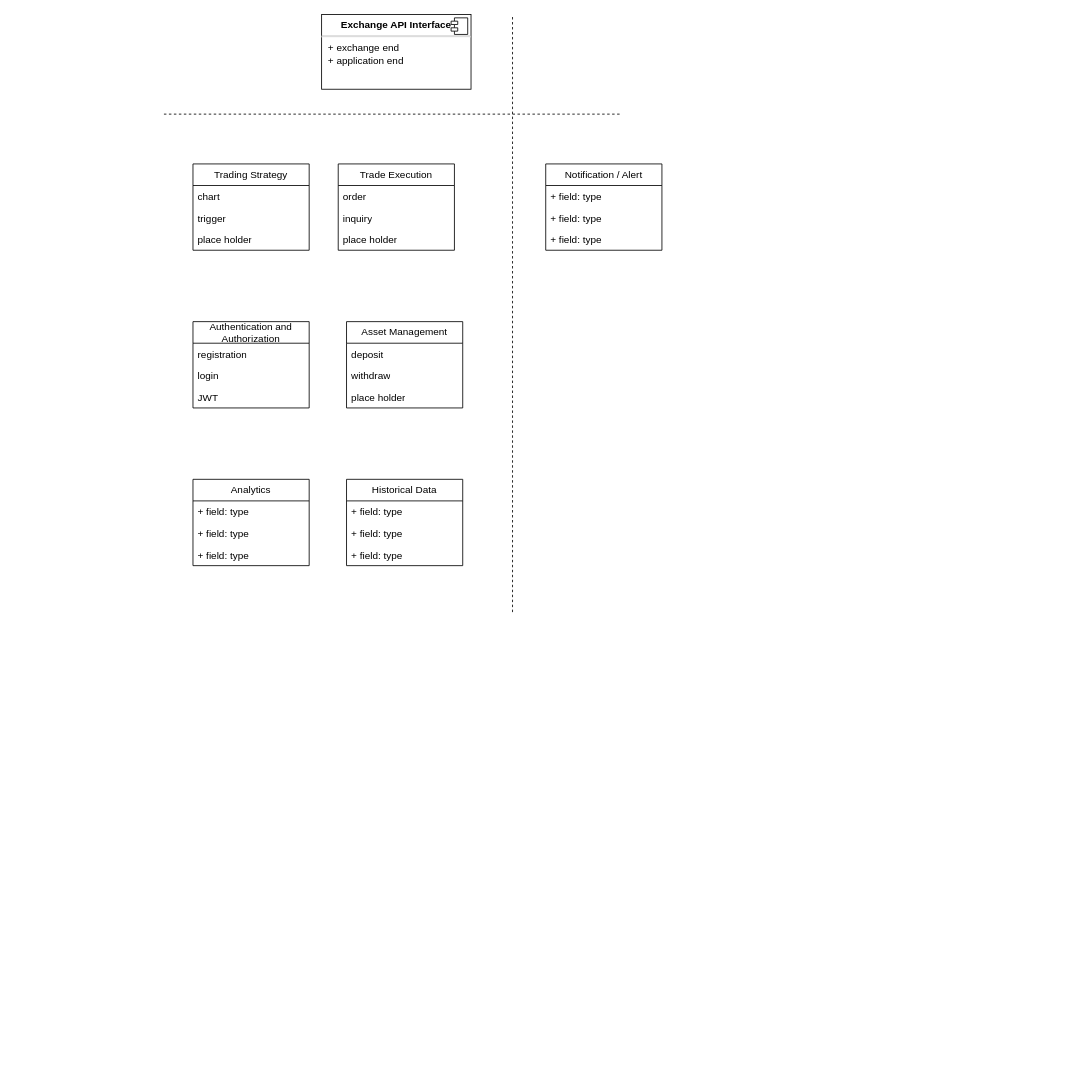
Above: Trading.drawio in PiperZzz/JavaSpringBoot (draw.io), before the change. Source tidied: cells renumbered, new cells numbered last; positions are measured from the earlier drawing's top-left corner, leaving out a move shared by most shapes. Both pictures are drawn from the tidied source at 83%, with x=0, y=0 at pixel (164, 14).
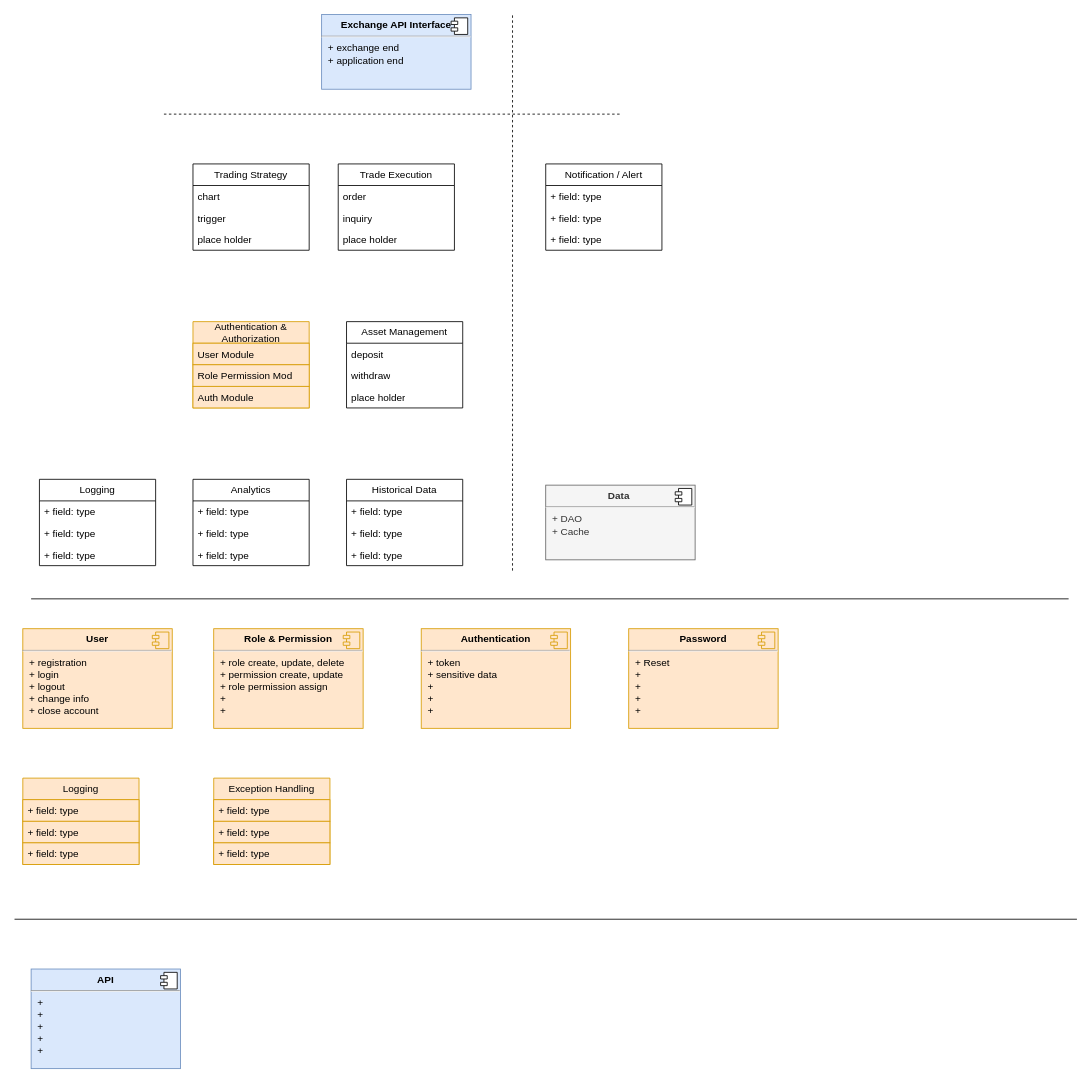
The same diagram, later.

What changed in the source:
```diff
@@
-    <mxCell id="6" value="&lt;p style=&quot;margin:0px;margin-top:6px;text-align:center;&quot;&gt;&lt;b&gt;Exchange API Interface&lt;/b&gt;&lt;/p&gt;&lt;hr&gt;&lt;p style=&quot;margin:0px;margin-left:8px;&quot;&gt;+ exchange end&lt;br&gt;+ application end&lt;/p&gt;" style="align=left;overflow=fill;html=1;whiteSpace=wrap;" parent="1" vertex="1">
+    <mxCell id="6" value="&lt;p style=&quot;margin:0px;margin-top:6px;text-align:center;&quot;&gt;&lt;b&gt;Exchange API Interface&lt;/b&gt;&lt;/p&gt;&lt;hr&gt;&lt;p style=&quot;margin:0px;margin-left:8px;&quot;&gt;+ exchange end&lt;br&gt;+ application end&lt;/p&gt;" style="align=left;overflow=fill;html=1;whiteSpace=wrap;fillColor=#dae8fc;strokeColor=#6c8ebf;" parent="1" vertex="1">
       <mxGeometry x="190" width="180" height="90" as="geometry" />
     </mxCell>
@@
-    <mxCell id="12" value="Authentication and Authorization " style="swimlane;fontStyle=0;horizontal=1;startSize=26;fillColor=none;whiteSpace=wrap;html=1;" parent="1" vertex="1">
+    <mxCell id="12" value="Authentication &amp;amp; Authorization " style="swimlane;fontStyle=0;horizontal=1;startSize=26;fillColor=#ffe6cc;whiteSpace=wrap;html=1;strokeColor=#d79b00;" parent="1" vertex="1">
       <mxGeometry x="35" y="370" width="140" height="104" as="geometry" />
     </mxCell>
-    <mxCell id="13" value="registration" style="text;strokeColor=none;fillColor=none;align=left;verticalAlign=top;spacingLeft=4;spacingRight=4;overflow=hidden;whiteSpace=wrap;html=1;" parent="12" vertex="1">
+    <mxCell id="13" value="User Module" style="text;strokeColor=#d79b00;fillColor=#ffe6cc;align=left;verticalAlign=top;spacingLeft=4;spacingRight=4;overflow=hidden;whiteSpace=wrap;html=1;" parent="12" vertex="1">
       <mxGeometry y="26" width="140" height="26" as="geometry" />
     </mxCell>
-    <mxCell id="14" value="login" style="text;strokeColor=none;fillColor=none;align=left;verticalAlign=top;spacingLeft=4;spacingRight=4;overflow=hidden;whiteSpace=wrap;html=1;" parent="12" vertex="1">
+    <mxCell id="14" value="Role Permission Mod" style="text;strokeColor=#d79b00;fillColor=#ffe6cc;align=left;verticalAlign=top;spacingLeft=4;spacingRight=4;overflow=hidden;whiteSpace=wrap;html=1;" parent="12" vertex="1">
       <mxGeometry y="52" width="140" height="26" as="geometry" />
     </mxCell>
-    <mxCell id="15" value="JWT" style="text;strokeColor=none;fillColor=none;align=left;verticalAlign=top;spacingLeft=4;spacingRight=4;overflow=hidden;whiteSpace=wrap;html=1;" parent="12" vertex="1">
+    <mxCell id="15" value="Auth Module" style="text;strokeColor=#d79b00;fillColor=#ffe6cc;align=left;verticalAlign=top;spacingLeft=4;spacingRight=4;overflow=hidden;whiteSpace=wrap;html=1;" parent="12" vertex="1">
       <mxGeometry y="78" width="140" height="26" as="geometry" />
     </mxCell>
@@
     <mxCell id="33" style="endArrow=none;dashed=1;html=1;rounded=0;" parent="1" edge="1">
       <mxGeometry relative="1" as="geometry">
-        <mxPoint x="420" y="720" as="sourcePoint" />
+        <mxPoint x="420" y="670" as="sourcePoint" />
         <mxPoint x="420" as="targetPoint" />
       </mxGeometry>
     </mxCell>
@@
+    <mxCell id="35" style="line;strokeWidth=1;fillColor=none;align=left;verticalAlign=middle;spacingTop=-1;spacingLeft=3;spacingRight=3;labelPosition=right;strokeColor=inherit;" parent="1" vertex="1">
+      <mxGeometry x="-160" y="700" width="1250" height="8" as="geometry" />
+    </mxCell>
+    <mxCell id="36" value="&lt;p style=&quot;margin:0px;margin-top:6px;text-align:center;&quot;&gt;&lt;b&gt;User&lt;/b&gt;&lt;/p&gt;&lt;hr&gt;&lt;p style=&quot;margin:0px;margin-left:8px;&quot;&gt;+ registration&lt;br&gt;+ login&lt;/p&gt;&lt;p style=&quot;margin:0px;margin-left:8px;&quot;&gt;+ logout&lt;/p&gt;&lt;p style=&quot;margin:0px;margin-left:8px;&quot;&gt;+ change info&lt;/p&gt;&lt;p style=&quot;margin:0px;margin-left:8px;&quot;&gt;+ close account&lt;/p&gt;" style="align=left;overflow=fill;html=1;whiteSpace=wrap;fillColor=#ffe6cc;strokeColor=#d79b00;" parent="1" vertex="1">
+      <mxGeometry x="-170" y="740" width="180" height="120" as="geometry" />
+    </mxCell>
+    <mxCell id="37" style="shape=component;jettyWidth=8;jettyHeight=4;fillColor=#ffe6cc;strokeColor=#d79b00;" parent="36" vertex="1">
+      <mxGeometry x="1" width="20" height="20" relative="1" as="geometry">
+        <mxPoint x="-24" y="4" as="offset" />
+      </mxGeometry>
+    </mxCell>
+    <mxCell id="38" value="&lt;p style=&quot;margin:0px;margin-top:6px;text-align:center;&quot;&gt;&lt;b&gt;Role &amp;amp; Permission&lt;/b&gt;&lt;/p&gt;&lt;hr&gt;&lt;p style=&quot;margin:0px;margin-left:8px;&quot;&gt;+ role create, update, delete&lt;br&gt;+ permission create, update&lt;/p&gt;&lt;p style=&quot;margin:0px;margin-left:8px;&quot;&gt;+ role permission assign&lt;/p&gt;&lt;p style=&quot;margin:0px;margin-left:8px;&quot;&gt;+&amp;nbsp;&lt;/p&gt;&lt;p style=&quot;margin:0px;margin-left:8px;&quot;&gt;+&amp;nbsp;&lt;/p&gt;" style="align=left;overflow=fill;html=1;whiteSpace=wrap;fillColor=#ffe6cc;strokeColor=#d79b00;" parent="1" vertex="1">
+      <mxGeometry x="60" y="740" width="180" height="120" as="geometry" />
+    </mxCell>
+    <mxCell id="39" style="shape=component;jettyWidth=8;jettyHeight=4;fillColor=#ffe6cc;strokeColor=#d79b00;" parent="38" vertex="1">
+      <mxGeometry x="1" width="20" height="20" relative="1" as="geometry">
+        <mxPoint x="-24" y="4" as="offset" />
+      </mxGeometry>
+    </mxCell>
+    <mxCell id="40" value="&lt;p style=&quot;margin:0px;margin-top:6px;text-align:center;&quot;&gt;&lt;b&gt;Authentication&lt;/b&gt;&lt;/p&gt;&lt;hr&gt;&lt;p style=&quot;margin:0px;margin-left:8px;&quot;&gt;+ token&lt;br&gt;+ sensitive data&lt;/p&gt;&lt;p style=&quot;margin:0px;margin-left:8px;&quot;&gt;+&amp;nbsp;&lt;/p&gt;&lt;p style=&quot;margin:0px;margin-left:8px;&quot;&gt;+&amp;nbsp;&lt;/p&gt;&lt;p style=&quot;margin:0px;margin-left:8px;&quot;&gt;+&amp;nbsp;&lt;/p&gt;" style="align=left;overflow=fill;html=1;whiteSpace=wrap;fillColor=#ffe6cc;strokeColor=#d79b00;" parent="1" vertex="1">
+      <mxGeometry x="310" y="740" width="180" height="120" as="geometry" />
+    </mxCell>
+    <mxCell id="41" style="shape=component;jettyWidth=8;jettyHeight=4;fillColor=#ffe6cc;strokeColor=#d79b00;" parent="40" vertex="1">
+      <mxGeometry x="1" width="20" height="20" relative="1" as="geometry">
+        <mxPoint x="-24" y="4" as="offset" />
+      </mxGeometry>
+    </mxCell>
+    <mxCell id="42" value="&lt;p style=&quot;margin:0px;margin-top:6px;text-align:center;&quot;&gt;&lt;b&gt;Password&lt;/b&gt;&lt;/p&gt;&lt;hr&gt;&lt;p style=&quot;margin:0px;margin-left:8px;&quot;&gt;+ Reset&lt;br&gt;+&amp;nbsp;&lt;/p&gt;&lt;p style=&quot;margin:0px;margin-left:8px;&quot;&gt;+&amp;nbsp;&lt;/p&gt;&lt;p style=&quot;margin:0px;margin-left:8px;&quot;&gt;+&amp;nbsp;&lt;/p&gt;&lt;p style=&quot;margin:0px;margin-left:8px;&quot;&gt;+&amp;nbsp;&lt;/p&gt;" style="align=left;overflow=fill;html=1;whiteSpace=wrap;fillColor=#ffe6cc;strokeColor=#d79b00;" parent="1" vertex="1">
+      <mxGeometry x="560" y="740" width="180" height="120" as="geometry" />
+    </mxCell>
+    <mxCell id="43" style="shape=component;jettyWidth=8;jettyHeight=4;fillColor=#ffe6cc;strokeColor=#d79b00;" parent="42" vertex="1">
+      <mxGeometry x="1" width="20" height="20" relative="1" as="geometry">
+        <mxPoint x="-24" y="4" as="offset" />
+      </mxGeometry>
+    </mxCell>
+    <mxCell id="44" value="Logging" style="swimlane;fontStyle=0;horizontal=1;startSize=26;fillColor=none;whiteSpace=wrap;html=1;" parent="1" vertex="1">
+      <mxGeometry x="-150" y="560" width="140" height="104" as="geometry" />
+    </mxCell>
+    <mxCell id="45" value="+ field: type" style="text;strokeColor=none;fillColor=none;align=left;verticalAlign=top;spacingLeft=4;spacingRight=4;overflow=hidden;whiteSpace=wrap;html=1;" parent="44" vertex="1">
+      <mxGeometry y="26" width="140" height="26" as="geometry" />
+    </mxCell>
+    <mxCell id="46" value="+ field: type" style="text;strokeColor=none;fillColor=none;align=left;verticalAlign=top;spacingLeft=4;spacingRight=4;overflow=hidden;whiteSpace=wrap;html=1;" parent="44" vertex="1">
+      <mxGeometry y="52" width="140" height="26" as="geometry" />
+    </mxCell>
+    <mxCell id="47" value="+ field: type" style="text;strokeColor=none;fillColor=none;align=left;verticalAlign=top;spacingLeft=4;spacingRight=4;overflow=hidden;whiteSpace=wrap;html=1;" parent="44" vertex="1">
+      <mxGeometry y="78" width="140" height="26" as="geometry" />
+    </mxCell>
+    <mxCell id="48" value="Logging" style="swimlane;fontStyle=0;horizontal=1;startSize=26;fillColor=#ffe6cc;whiteSpace=wrap;html=1;strokeColor=#d79b00;" parent="1" vertex="1">
+      <mxGeometry x="-170" y="920" width="140" height="104" as="geometry" />
+    </mxCell>
+    <mxCell id="49" value="+ field: type" style="text;strokeColor=#d79b00;fillColor=#ffe6cc;align=left;verticalAlign=top;spacingLeft=4;spacingRight=4;overflow=hidden;whiteSpace=wrap;html=1;" parent="48" vertex="1">
+      <mxGeometry y="26" width="140" height="26" as="geometry" />
+    </mxCell>
+    <mxCell id="50" value="+ field: type" style="text;strokeColor=#d79b00;fillColor=#ffe6cc;align=left;verticalAlign=top;spacingLeft=4;spacingRight=4;overflow=hidden;whiteSpace=wrap;html=1;" parent="48" vertex="1">
+      <mxGeometry y="52" width="140" height="26" as="geometry" />
+    </mxCell>
+    <mxCell id="51" value="+ field: type" style="text;strokeColor=#d79b00;fillColor=#ffe6cc;align=left;verticalAlign=top;spacingLeft=4;spacingRight=4;overflow=hidden;whiteSpace=wrap;html=1;" parent="48" vertex="1">
+      <mxGeometry y="78" width="140" height="26" as="geometry" />
+    </mxCell>
+    <mxCell id="52" value="Exception Handling" style="swimlane;fontStyle=0;horizontal=1;startSize=26;fillColor=#ffe6cc;whiteSpace=wrap;html=1;strokeColor=#d79b00;" parent="1" vertex="1">
+      <mxGeometry x="60" y="920" width="140" height="104" as="geometry" />
+    </mxCell>
+    <mxCell id="53" value="+ field: type" style="text;strokeColor=#d79b00;fillColor=#ffe6cc;align=left;verticalAlign=top;spacingLeft=4;spacingRight=4;overflow=hidden;whiteSpace=wrap;html=1;" parent="52" vertex="1">
+      <mxGeometry y="26" width="140" height="26" as="geometry" />
+    </mxCell>
+    <mxCell id="54" value="+ field: type" style="text;strokeColor=#d79b00;fillColor=#ffe6cc;align=left;verticalAlign=top;spacingLeft=4;spacingRight=4;overflow=hidden;whiteSpace=wrap;html=1;" parent="52" vertex="1">
+      <mxGeometry y="52" width="140" height="26" as="geometry" />
+    </mxCell>
+    <mxCell id="55" value="+ field: type" style="text;strokeColor=#d79b00;fillColor=#ffe6cc;align=left;verticalAlign=top;spacingLeft=4;spacingRight=4;overflow=hidden;whiteSpace=wrap;html=1;" parent="52" vertex="1">
+      <mxGeometry y="78" width="140" height="26" as="geometry" />
+    </mxCell>
+    <mxCell id="56" style="endArrow=none;html=1;rounded=0;" parent="1" edge="1">
+      <mxGeometry relative="1" as="geometry">
+        <mxPoint x="-180" y="1090" as="sourcePoint" />
+        <mxPoint x="1100" y="1090" as="targetPoint" />
+      </mxGeometry>
+    </mxCell>
+    <mxCell id="57" value="&lt;p style=&quot;margin:0px;margin-top:6px;text-align:center;&quot;&gt;&lt;b&gt;Data&amp;nbsp;&lt;/b&gt;&lt;/p&gt;&lt;hr&gt;&lt;p style=&quot;margin:0px;margin-left:8px;&quot;&gt;+ DAO&lt;br&gt;+ Cache&lt;/p&gt;" style="align=left;overflow=fill;html=1;whiteSpace=wrap;fillColor=#f5f5f5;strokeColor=#666666;fontColor=#333333;" parent="1" vertex="1">
+      <mxGeometry x="460" y="567" width="180" height="90" as="geometry" />
+    </mxCell>
+    <mxCell id="58" style="shape=component;jettyWidth=8;jettyHeight=4;" parent="57" vertex="1">
+      <mxGeometry x="1" width="20" height="20" relative="1" as="geometry">
+        <mxPoint x="-24" y="4" as="offset" />
+      </mxGeometry>
+    </mxCell>
+    <mxCell id="59" value="&lt;p style=&quot;margin:0px;margin-top:6px;text-align:center;&quot;&gt;&lt;b&gt;API&lt;/b&gt;&lt;/p&gt;&lt;hr&gt;&lt;p style=&quot;margin:0px;margin-left:8px;&quot;&gt;+&amp;nbsp;&lt;br&gt;+&amp;nbsp;&lt;/p&gt;&lt;p style=&quot;margin:0px;margin-left:8px;&quot;&gt;+&amp;nbsp;&lt;/p&gt;&lt;p style=&quot;margin:0px;margin-left:8px;&quot;&gt;+&amp;nbsp;&lt;/p&gt;&lt;p style=&quot;margin:0px;margin-left:8px;&quot;&gt;+&amp;nbsp;&lt;/p&gt;" style="align=left;overflow=fill;html=1;whiteSpace=wrap;fillColor=#dae8fc;strokeColor=#6c8ebf;" parent="1" vertex="1">
+      <mxGeometry x="-160" y="1150" width="180" height="120" as="geometry" />
+    </mxCell>
+    <mxCell id="60" style="shape=component;jettyWidth=8;jettyHeight=4;" parent="59" vertex="1">
+      <mxGeometry x="1" width="20" height="20" relative="1" as="geometry">
+        <mxPoint x="-24" y="4" as="offset" />
+      </mxGeometry>
+    </mxCell>
```
